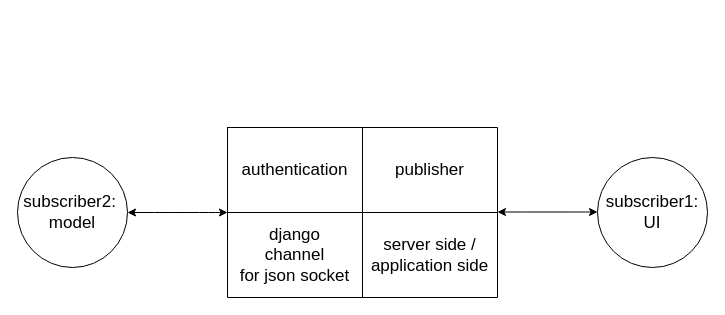
This is relay_server.drawio from chauchausoup/major_diagrams, a draw.io file, before an edit. Source tidied: cells renumbered, new cells numbered last; positions are measured from the earlier drawing's top-left corner, leaving out a move shared by most shapes. Both pictures are drawn from the tidied source at 100%, with x=0, y=0 at pixel (17, 127).
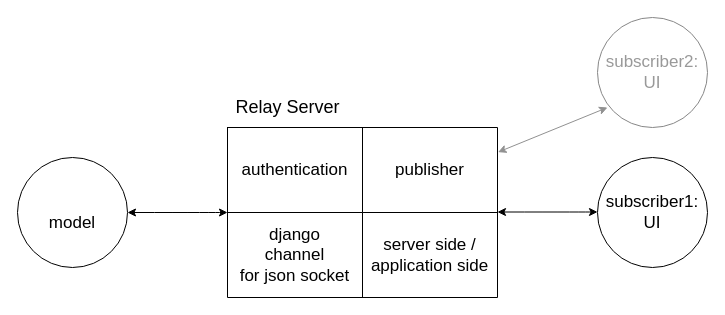
The same diagram, later.

The edit, as a diff of the source:
```diff
@@
 <mxGraphModel>
   <root>
     <mxCell id="0" />
     <mxCell id="1" parent="0" />
     <mxCell id="2" style="edgeStyle=orthogonalEdgeStyle;rounded=0;jettySize=auto;html=1;fontSize=17;curved=1;startArrow=classic;startFill=1;" parent="1" edge="1" source="3" target="11">
       <mxGeometry relative="1" as="geometry" />
     </mxCell>
     <mxCell id="3" style="shape=table;html=1;whiteSpace=wrap;startSize=0;childLayout=tableLayout;fontSize=17;" parent="1" vertex="1">
       <mxGeometry x="210" width="270" height="170" as="geometry" />
     </mxCell>
     <mxCell id="4" style="shape=partialRectangle;html=1;whiteSpace=wrap;fillColor=none;top=0;left=0;bottom=0;right=0;points=[[0,0.5],[1,0.5]];portConstraint=eastwest;fontSize=17;" parent="3" vertex="1">
       <mxGeometry width="270" height="85" as="geometry" />
     </mxCell>
     <mxCell id="5" value="authentication" style="shape=partialRectangle;html=1;whiteSpace=wrap;overflow=hidden;fillColor=none;top=0;left=0;bottom=0;right=0;fontSize=17;" parent="4" vertex="1">
       <mxGeometry width="135" height="85" as="geometry" />
     </mxCell>
     <mxCell id="6" value="publisher" style="shape=partialRectangle;html=1;whiteSpace=wrap;overflow=hidden;fillColor=none;top=0;left=0;bottom=0;right=0;fontSize=17;" parent="4" vertex="1">
       <mxGeometry x="135" width="135" height="85" as="geometry" />
     </mxCell>
     <mxCell id="7" style="shape=partialRectangle;html=1;whiteSpace=wrap;fillColor=none;top=0;left=0;bottom=0;right=0;fontSize=17;" parent="3" vertex="1">
       <mxGeometry y="85" width="270" height="85" as="geometry" />
     </mxCell>
     <mxCell id="8" value="django&lt;br style=&quot;font-size: 17px;&quot;&gt;channel&lt;br style=&quot;font-size: 17px;&quot;&gt;for json socket" style="shape=partialRectangle;html=1;whiteSpace=wrap;overflow=hidden;fillColor=none;top=0;left=0;bottom=0;right=0;fontSize=17;" parent="7" vertex="1">
       <mxGeometry width="135" height="85" as="geometry" />
     </mxCell>
     <mxCell id="9" value="server side /&lt;br style=&quot;font-size: 17px;&quot;&gt;application side" style="shape=partialRectangle;html=1;whiteSpace=wrap;overflow=hidden;fillColor=none;top=0;left=0;bottom=0;right=0;fontSize=17;" parent="7" vertex="1">
       <mxGeometry x="135" width="135" height="85" as="geometry" />
     </mxCell>
     <mxCell id="10" value="subscriber1:&lt;br style=&quot;font-size: 17px;&quot;&gt;UI" style="ellipse;whiteSpace=wrap;html=1;fontSize=17;" parent="1" vertex="1">
       <mxGeometry x="580" y="30" width="110" height="110" as="geometry" />
     </mxCell>
-    <mxCell id="11" value="subscriber2:&amp;nbsp;&lt;br style=&quot;font-size: 17px;&quot;&gt;model" style="ellipse;whiteSpace=wrap;html=1;fontSize=17;" parent="1" vertex="1">
+    <mxCell id="11" value="&amp;nbsp;&lt;br style=&quot;font-size: 17px&quot;&gt;model" style="ellipse;whiteSpace=wrap;html=1;fontSize=17;" parent="1" vertex="1">
       <mxGeometry y="30" width="110" height="110" as="geometry" />
     </mxCell>
     <mxCell id="12" style="edgeStyle=orthogonalEdgeStyle;rounded=0;orthogonalLoop=1;jettySize=auto;html=1;fontSize=17;curved=1;startArrow=classic;startFill=1;" parent="1" edge="1">
       <mxGeometry relative="1" as="geometry">
         <mxPoint x="580" y="84.5" as="sourcePoint" />
         <mxPoint x="480" y="84.5" as="targetPoint" />
       </mxGeometry>
     </mxCell>
+    <mxCell id="13" value="&lt;font style=&quot;font-size: 18px&quot;&gt;Relay Server&lt;/font&gt;" style="text;html=1;align=center;verticalAlign=middle;" parent="1" vertex="1">
+      <mxGeometry x="210" y="-30" width="120" height="20" as="geometry" />
+    </mxCell>
+    <mxCell id="14" value="&lt;font color=&quot;#999999&quot;&gt;subscriber2:&lt;br style=&quot;font-size: 17px&quot;&gt;UI&lt;/font&gt;" style="ellipse;whiteSpace=wrap;html=1;fontSize=17;strokeColor=#878787;" parent="1" vertex="1">
+      <mxGeometry x="580" y="-110" width="110" height="110" as="geometry" />
+    </mxCell>
+    <mxCell id="15" style="rounded=0;jettySize=auto;html=1;fontSize=17;startArrow=classic;startFill=1;entryX=1.002;entryY=0.29;entryDx=0;entryDy=0;entryPerimeter=0;strokeColor=#919191;" parent="1" edge="1" target="4">
+      <mxGeometry relative="1" as="geometry">
+        <mxPoint x="590" y="-20" as="sourcePoint" />
+      </mxGeometry>
+    </mxCell>
   </root>
 </mxGraphModel>
```
